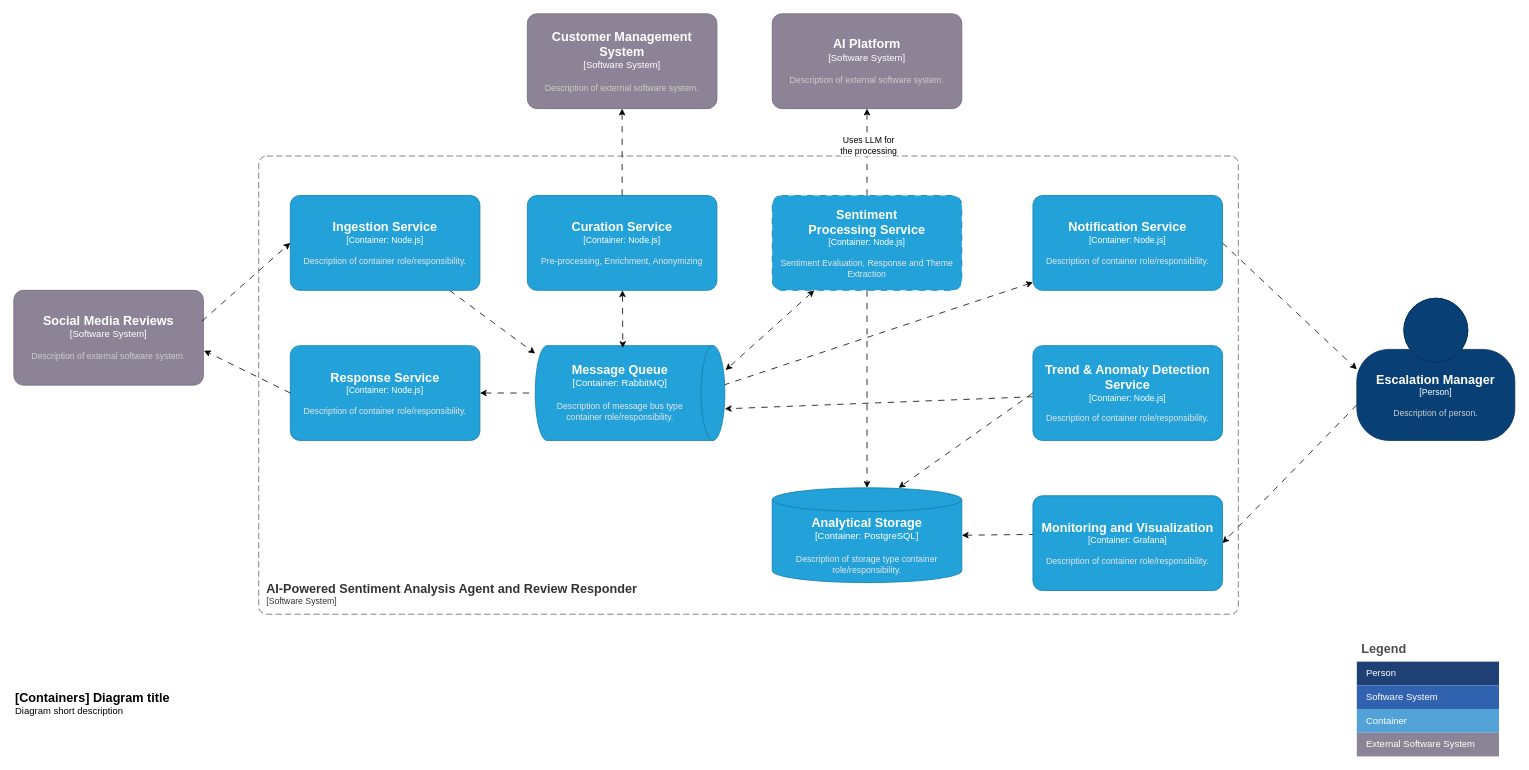
fusion-platform-services/fps-blueprint-ai-sentiment-analysis-and-response keeps this draw.io diagram as page "container" (2 of 4) of docs/diagrams.drawio. Above is the earlier version. Source tidied: cells renumbered, new cells numbered last; positions are measured from the earlier drawing's top-left corner, leaving out a move shared by most shapes. Both pictures are drawn from the tidied source at 79%, with x=0, y=0 at pixel (13, 13).
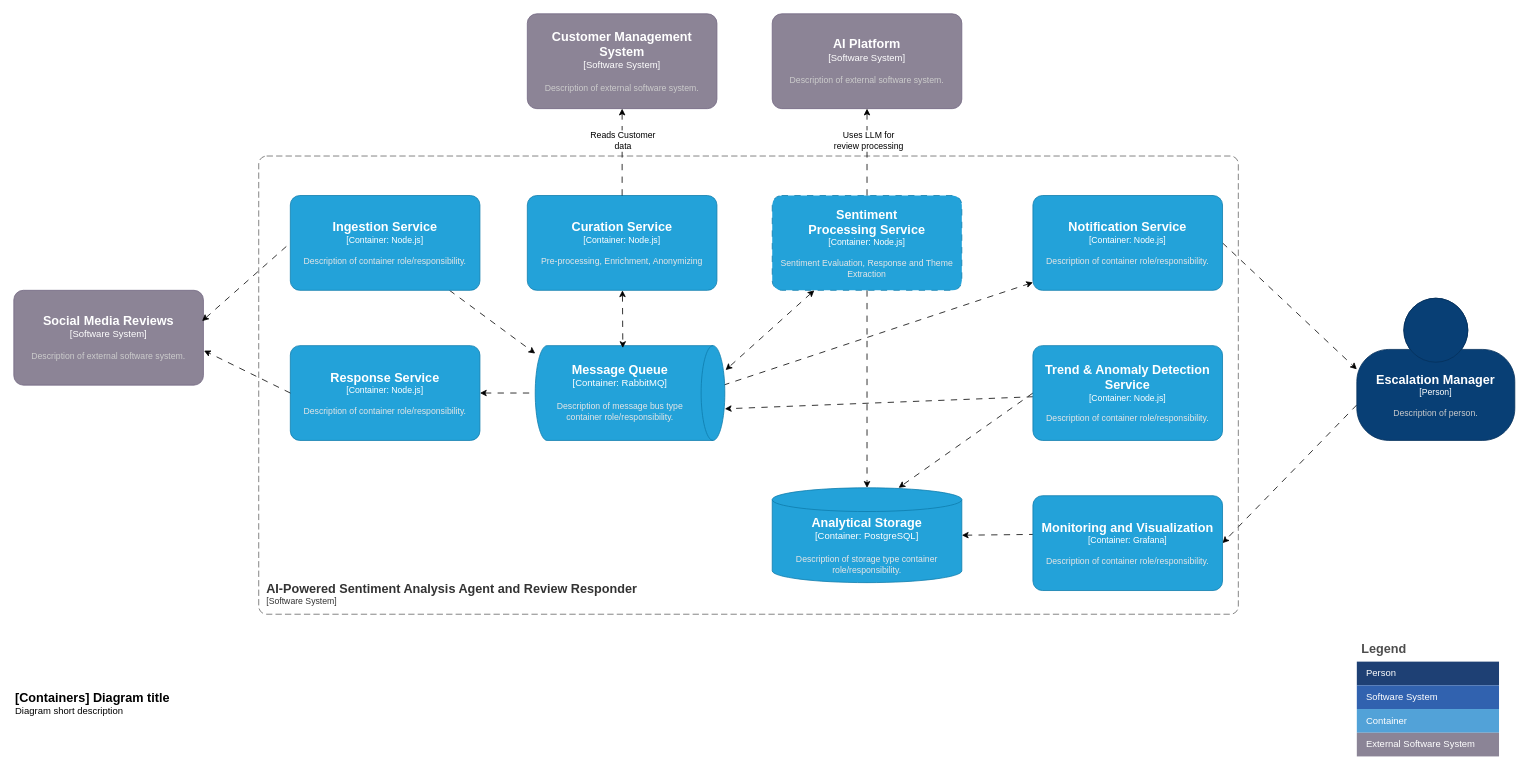
After the change.

The change refers to these unchanged cells:
```xml
<object id="8" label="&lt;font style=&quot;font-size: 16px&quot;&gt;&lt;b&gt;%c4Name%&lt;/b&gt;&lt;/font&gt;&lt;div&gt;[%c4Type%: %c4Technology%]&lt;/div&gt;&lt;br&gt;&lt;div&gt;&lt;font style=&quot;font-size: 11px&quot;&gt;&lt;font color=&quot;#E6E6E6&quot;&gt;%c4Description%&lt;/font&gt;&lt;/div&gt;" c4Description="Description of container role/responsibility." c4Name="Ingestion Service" c4Technology="Node.js" c4Type="Container" placeholders="1">
  <mxCell style="rounded=1;whiteSpace=wrap;html=1;fontSize=11;labelBackgroundColor=none;fillColor=#23A2D9;fontColor=#ffffff;align=center;arcSize=10;strokeColor=#0E7DAD;points=[[0.25,0,0],[0.5,0,0],[0.75,0,0],[1,0.25,0],[1,0.5,0],[1,0.75,0],[0.75,1,0],[0.5,1,0],[0.25,1,0],[0,0.75,0],[0,0.5,0],[0,0.25,0]];" parent="1" vertex="1">
    <mxGeometry x="350" y="230" width="240" height="120" as="geometry" />
  </mxCell>
</object>
<object id="9" label="&lt;font style=&quot;font-size: 16px&quot;&gt;&lt;b&gt;%c4Name%&lt;/b&gt;&lt;/font&gt;&lt;div&gt;[%c4Type%]&lt;/div&gt;&lt;br&gt;&lt;div&gt;&lt;font style=&quot;font-size: 11px&quot;&gt;&lt;font color=&quot;#cccccc&quot;&gt;%c4Description%&lt;/font&gt;&lt;/div&gt;" c4Description="Description of external software system." c4Name="Social Media Reviews" c4Type="Software System" placeholders="1">
  <mxCell style="rounded=1;whiteSpace=wrap;html=1;labelBackgroundColor=none;fillColor=#8C8496;fontColor=#ffffff;align=center;arcSize=10;strokeColor=#736782;points=[[0.25,0,0],[0.5,0,0],[0.75,0,0],[1,0.25,0],[1,0.5,0],[1,0.75,0],[0.75,1,0],[0.5,1,0],[0.25,1,0],[0,0.75,0],[0,0.5,0],[0,0.25,0]];" parent="1" vertex="1">
    <mxGeometry y="350" width="240" height="120" as="geometry" />
  </mxCell>
</object>
<mxCell id="25" style="edgeStyle=none;rounded=0;jettySize=auto;html=1;entryX=0.5;entryY=1;entryDx=0;entryDy=0;entryPerimeter=0;dashed=1;dashPattern=8 8;" parent="1" edge="1" source="19" target="24">
  <mxGeometry relative="1" as="geometry" />
</mxCell>
<mxCell id="37" style="edgeStyle=orthogonalEdgeStyle;rounded=0;jettySize=auto;html=1;entryX=0.5;entryY=1;entryDx=0;entryDy=0;entryPerimeter=0;dashed=1;dashPattern=8 8;startArrow=none;startFill=0;endArrow=classic;endFill=1;" parent="1" edge="1" source="15" target="36">
  <mxGeometry relative="1" as="geometry" />
</mxCell>
```

Change to the diagram source:
```diff
@@
-    <mxCell id="22" style="edgeStyle=none;rounded=0;jettySize=auto;html=1;entryX=0;entryY=0.5;entryDx=0;entryDy=0;entryPerimeter=0;exitX=0.993;exitY=0.324;exitDx=0;exitDy=0;exitPerimeter=0;dashed=1;dashPattern=8 8;" parent="1" edge="1" source="9" target="8">
+    <mxCell id="22" style="edgeStyle=none;rounded=0;jettySize=auto;html=1;entryX=0;entryY=0.5;entryDx=0;entryDy=0;entryPerimeter=0;exitX=0.993;exitY=0.324;exitDx=0;exitDy=0;exitPerimeter=0;dashed=1;dashPattern=8 8;startArrow=classic;startFill=1;endArrow=none;endFill=0;" parent="1" edge="1" source="9" target="8">
       <mxGeometry relative="1" as="geometry" />
     </mxCell>
@@
-    <mxCell id="26" value="Uses LLM for &lt;br&gt;the processing" style="edgeLabel;html=1;align=center;verticalAlign=middle;" parent="25" vertex="1">
-      <mxGeometry x="0.16" y="-1" relative="1" as="geometry" />
+    <mxCell id="26" value="Uses LLM for &lt;br&gt;review processing" style="edgeLabel;html=1;align=center;verticalAlign=middle;" parent="25" vertex="1">
+      <mxGeometry x="0.16" y="-1" relative="1" as="geometry">
+        <mxPoint y="-6" as="offset" />
+      </mxGeometry>
     </mxCell>
@@
+    <mxCell id="42" value="Reads Customer &lt;br&gt;data" style="edgeLabel;html=1;align=center;verticalAlign=middle;" parent="37" vertex="1">
+      <mxGeometry x="0.35" y="1" relative="1" as="geometry">
+        <mxPoint x="1" y="4" as="offset" />
+      </mxGeometry>
+    </mxCell>
```
